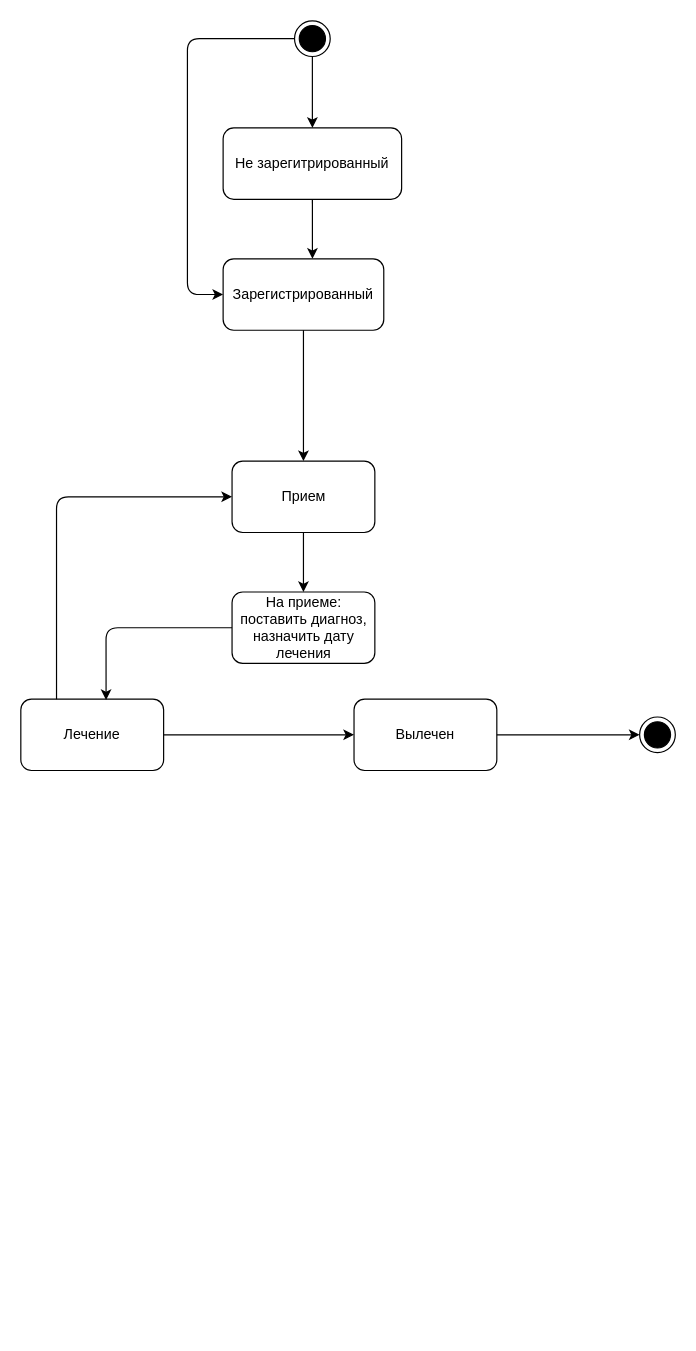
This is DAoSS/Диаграмма состояний класса пациент.drawio from VikaYakunina/lemongatorade, a draw.io file, before an edit. Source tidied: cells renumbered, new cells numbered last; positions are measured from the earlier drawing's top-left corner, leaving out a move shared by most shapes. Both pictures are drawn from the tidied source at 119%, with x=0, y=0 at pixel (20, 20).
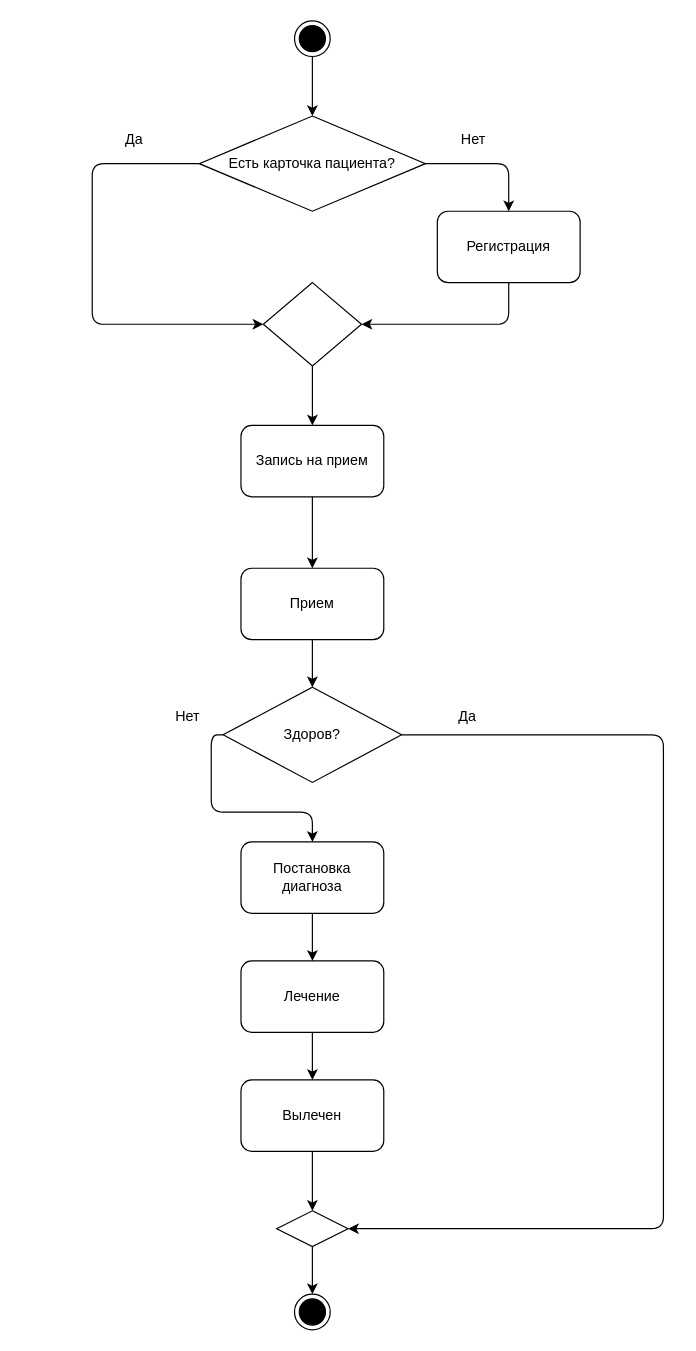
Above is the later version.

Unchanged cells that the change refers to:
```xml
<mxCell id="5" style="ellipse;html=1;shape=endState;fillColor=#000000;" parent="1" vertex="1">
  <mxGeometry x="230" width="30" height="30" as="geometry" />
</mxCell>
```

The edit, as a diff of the source:
```diff
@@
-    <mxCell id="2" value="Не зарегитрированный" style="rounded=1;whiteSpace=wrap;html=1;" parent="1" vertex="1">
-      <mxGeometry x="170" y="90" width="150" height="60" as="geometry" />
-    </mxCell>
-    <mxCell id="3" style="endArrow=classic;html=1;exitX=0.5;exitY=1;exitDx=0;exitDy=0;entryX=0.556;entryY=0;entryDx=0;entryDy=0;entryPerimeter=0;" parent="1" edge="1" source="2" target="4">
-      <mxGeometry relative="1" as="geometry" />
-    </mxCell>
-    <mxCell id="4" value="Зарегистрированный" style="rounded=1;whiteSpace=wrap;html=1;" parent="1" vertex="1">
-      <mxGeometry x="170" y="200" width="135" height="60" as="geometry" />
-    </mxCell>
@@
-    <mxCell id="6" style="endArrow=classic;html=1;entryX=0.5;entryY=0;entryDx=0;entryDy=0;" parent="1" edge="1" source="5" target="2">
+    <mxCell id="6" style="endArrow=classic;html=1;entryX=0.5;entryY=0;entryDx=0;entryDy=0;" parent="1" edge="1" source="5" target="19">
       <mxGeometry relative="1" as="geometry" />
     </mxCell>
-    <mxCell id="7" style="endArrow=classic;html=1;exitX=0;exitY=0.5;exitDx=0;exitDy=0;entryX=0;entryY=0.5;entryDx=0;entryDy=0;edgeStyle=orthogonalEdgeStyle;" parent="1" edge="1" source="5" target="4">
-      <mxGeometry relative="1" as="geometry">
-        <Array as="points">
-          <mxPoint x="140" y="15" />
-          <mxPoint x="140" y="230" />
-        </Array>
-      </mxGeometry>
-    </mxCell>
     <mxCell id="8" value="Прием" style="rounded=1;whiteSpace=wrap;html=1;" parent="1" vertex="1">
-      <mxGeometry x="177.5" y="370" width="120" height="60" as="geometry" />
+      <mxGeometry x="185" y="460" width="120" height="60" as="geometry" />
     </mxCell>
-    <mxCell id="9" style="endArrow=classic;html=1;exitX=0.5;exitY=1;exitDx=0;exitDy=0;entryX=0.5;entryY=0;entryDx=0;entryDy=0;" parent="1" edge="1" source="4" target="8">
-      <mxGeometry relative="1" as="geometry" />
-    </mxCell>
-    <mxCell id="10" value="На приеме: поставить диагноз, назначить дату лечения" style="rounded=1;whiteSpace=wrap;html=1;" parent="1" vertex="1">
-      <mxGeometry x="177.5" y="480" width="120" height="60" as="geometry" />
-    </mxCell>
-    <mxCell id="11" style="endArrow=classic;html=1;exitX=0.5;exitY=1;exitDx=0;exitDy=0;" parent="1" edge="1" source="8" target="10">
-      <mxGeometry relative="1" as="geometry" />
-    </mxCell>
+    <mxCell id="15" value="Вылечен" style="rounded=1;whiteSpace=wrap;html=1;" parent="1" vertex="1">
+      <mxGeometry x="185" y="890" width="120" height="60" as="geometry" />
+    </mxCell>
+    <mxCell id="17" style="endArrow=classic;html=1;exitX=0.5;exitY=1;exitDx=0;exitDy=0;entryX=0.5;entryY=0;entryDx=0;entryDy=0;" parent="1" edge="1" source="15" target="38">
+      <mxGeometry relative="1" as="geometry" />
+    </mxCell>
+    <mxCell id="19" value="Есть карточка пациента?" style="rhombus;whiteSpace=wrap;html=1;" parent="1" vertex="1">
+      <mxGeometry x="150" y="80" width="190" height="80" as="geometry" />
+    </mxCell>
+    <mxCell id="20" style="endArrow=classic;html=1;exitX=0;exitY=0.5;exitDx=0;exitDy=0;edgeStyle=orthogonalEdgeStyle;entryX=0;entryY=0.5;entryDx=0;entryDy=0;" parent="1" edge="1" source="19" target="25">
+      <mxGeometry relative="1" as="geometry">
+        <Array as="points">
+          <mxPoint x="60" y="120" />
+          <mxPoint x="60" y="255" />
+        </Array>
+      </mxGeometry>
+    </mxCell>
+    <mxCell id="21" value="Да" style="text;html=1;align=center;verticalAlign=middle;fillColor=none;strokeColor=none;rounded=0;" parent="1" vertex="1">
+      <mxGeometry x="80" y="90" width="30" height="20" as="geometry" />
+    </mxCell>
+    <mxCell id="22" value="Нет" style="text;html=1;align=center;verticalAlign=middle;fillColor=none;strokeColor=none;rounded=0;" parent="1" vertex="1">
+      <mxGeometry x="360" y="90" width="40" height="20" as="geometry" />
+    </mxCell>
+    <mxCell id="23" style="endArrow=classic;html=1;exitX=1;exitY=0.5;exitDx=0;exitDy=0;edgeStyle=orthogonalEdgeStyle;" parent="1" edge="1" source="19">
+      <mxGeometry relative="1" as="geometry">
+        <mxPoint x="410" y="160" as="targetPoint" />
+        <Array as="points">
+          <mxPoint x="410" y="120" />
+        </Array>
+      </mxGeometry>
+    </mxCell>
+    <mxCell id="24" value="Регистрация" style="rounded=1;whiteSpace=wrap;html=1;" parent="1" vertex="1">
+      <mxGeometry x="350" y="160" width="120" height="60" as="geometry" />
+    </mxCell>
+    <mxCell id="25" style="rhombus;whiteSpace=wrap;html=1;" parent="1" vertex="1">
+      <mxGeometry x="203.8" y="220" width="82.5" height="70" as="geometry" />
+    </mxCell>
+    <mxCell id="26" style="endArrow=classic;html=1;exitX=0.5;exitY=1;exitDx=0;exitDy=0;entryX=1;entryY=0.5;entryDx=0;entryDy=0;edgeStyle=orthogonalEdgeStyle;" parent="1" edge="1" source="24" target="25">
+      <mxGeometry relative="1" as="geometry" />
+    </mxCell>
+    <mxCell id="27" style="endArrow=classic;html=1;exitX=0.5;exitY=1;exitDx=0;exitDy=0;" parent="1" edge="1" source="25">
+      <mxGeometry relative="1" as="geometry">
+        <mxPoint x="245" y="340" as="targetPoint" />
+      </mxGeometry>
+    </mxCell>
+    <mxCell id="28" value="Запись на прием" style="rounded=1;whiteSpace=wrap;html=1;" parent="1" vertex="1">
+      <mxGeometry x="185" y="340" width="120" height="60" as="geometry" />
+    </mxCell>
+    <mxCell id="29" style="endArrow=classic;html=1;exitX=0.5;exitY=1;exitDx=0;exitDy=0;" parent="1" edge="1" source="28" target="8">
+      <mxGeometry relative="1" as="geometry" />
+    </mxCell>
+    <mxCell id="30" value="Постановка диагноза" style="rounded=1;whiteSpace=wrap;html=1;" parent="1" vertex="1">
+      <mxGeometry x="185" y="690" width="120" height="60" as="geometry" />
+    </mxCell>
+    <mxCell id="31" style="endArrow=classic;html=1;exitX=0.5;exitY=1;exitDx=0;exitDy=0;" parent="1" edge="1" source="30" target="12">
+      <mxGeometry relative="1" as="geometry" />
+    </mxCell>
     <mxCell id="12" value="Лечение" style="rounded=1;whiteSpace=wrap;html=1;" parent="1" vertex="1">
-      <mxGeometry y="570" width="120" height="60" as="geometry" />
+      <mxGeometry x="185" y="790" width="120" height="60" as="geometry" />
     </mxCell>
-    <mxCell id="13" style="endArrow=classic;html=1;entryX=0.597;entryY=0.013;entryDx=0;entryDy=0;entryPerimeter=0;exitX=0;exitY=0.5;exitDx=0;exitDy=0;edgeStyle=orthogonalEdgeStyle;" parent="1" edge="1" source="10" target="12">
-      <mxGeometry relative="1" as="geometry" />
-    </mxCell>
-    <mxCell id="14" style="endArrow=classic;html=1;entryX=0;entryY=0.5;entryDx=0;entryDy=0;exitX=0.25;exitY=0;exitDx=0;exitDy=0;edgeStyle=orthogonalEdgeStyle;" parent="1" edge="1" source="12" target="8">
-      <mxGeometry relative="1" as="geometry" />
-    </mxCell>
-    <mxCell id="15" value="Вылечен" style="rounded=1;whiteSpace=wrap;html=1;" parent="1" vertex="1">
-      <mxGeometry x="280" y="570" width="120" height="60" as="geometry" />
-    </mxCell>
-    <mxCell id="16" style="endArrow=classic;html=1;exitX=1;exitY=0.5;exitDx=0;exitDy=0;entryX=0;entryY=0.5;entryDx=0;entryDy=0;" parent="1" edge="1" source="12" target="15">
+    <mxCell id="16" style="endArrow=classic;html=1;exitX=0.5;exitY=1;exitDx=0;exitDy=0;entryX=0.5;entryY=0;entryDx=0;entryDy=0;" parent="1" edge="1" source="12" target="15">
       <mxGeometry relative="1" as="geometry" />
     </mxCell>
-    <mxCell id="17" style="endArrow=classic;html=1;exitX=1;exitY=0.5;exitDx=0;exitDy=0;entryX=0;entryY=0.5;entryDx=0;entryDy=0;" parent="1" edge="1" source="15" target="18">
-      <mxGeometry relative="1" as="geometry" />
-    </mxCell>
-    <mxCell id="18" style="ellipse;html=1;shape=endState;fillColor=#000000;" parent="1" vertex="1">
-      <mxGeometry x="520" y="585" width="30" height="30" as="geometry" />
-    </mxCell>
+    <mxCell id="32" style="endArrow=classic;html=1;exitX=0.5;exitY=1;exitDx=0;exitDy=0;entryX=0.5;entryY=0;entryDx=0;entryDy=0;" parent="1" edge="1" source="8" target="33">
+      <mxGeometry relative="1" as="geometry" />
+    </mxCell>
+    <mxCell id="33" value="Здоров?" style="rhombus;whiteSpace=wrap;html=1;strokeColor=#000000;" parent="1" vertex="1">
+      <mxGeometry x="170" y="560" width="150" height="80" as="geometry" />
+    </mxCell>
+    <mxCell id="34" style="endArrow=classic;html=1;exitX=1;exitY=0.5;exitDx=0;exitDy=0;edgeStyle=orthogonalEdgeStyle;entryX=1;entryY=0.5;entryDx=0;entryDy=0;" parent="1" edge="1" source="33" target="38">
+      <mxGeometry relative="1" as="geometry">
+        <Array as="points">
+          <mxPoint x="540" y="600" />
+          <mxPoint x="540" y="1015" />
+        </Array>
+      </mxGeometry>
+    </mxCell>
+    <mxCell id="35" style="endArrow=classic;html=1;exitX=0;exitY=0.5;exitDx=0;exitDy=0;edgeStyle=orthogonalEdgeStyle;entryX=0.5;entryY=0;entryDx=0;entryDy=0;" parent="1" edge="1" source="33" target="30">
+      <mxGeometry relative="1" as="geometry" />
+    </mxCell>
+    <mxCell id="36" value="Да" style="text;html=1;align=center;verticalAlign=middle;fillColor=none;strokeColor=none;rounded=0;" parent="1" vertex="1">
+      <mxGeometry x="360" y="575" width="30" height="20" as="geometry" />
+    </mxCell>
+    <mxCell id="37" value="Нет" style="text;html=1;align=center;verticalAlign=middle;fillColor=none;strokeColor=none;rounded=0;" parent="1" vertex="1">
+      <mxGeometry x="120" y="575" width="40" height="20" as="geometry" />
+    </mxCell>
+    <mxCell id="38" style="rhombus;whiteSpace=wrap;html=1;strokeColor=#000000;" parent="1" vertex="1">
+      <mxGeometry x="215" y="1000" width="60" height="30" as="geometry" />
+    </mxCell>
+    <mxCell id="39" style="endArrow=classic;html=1;exitX=0.5;exitY=1;exitDx=0;exitDy=0;" parent="1" edge="1" source="38" target="40">
+      <mxGeometry relative="1" as="geometry" />
+    </mxCell>
+    <mxCell id="40" style="ellipse;html=1;shape=endState;fillColor=#000000;" parent="1" vertex="1">
+      <mxGeometry x="230" y="1070" width="30" height="30" as="geometry" />
+    </mxCell>
```
